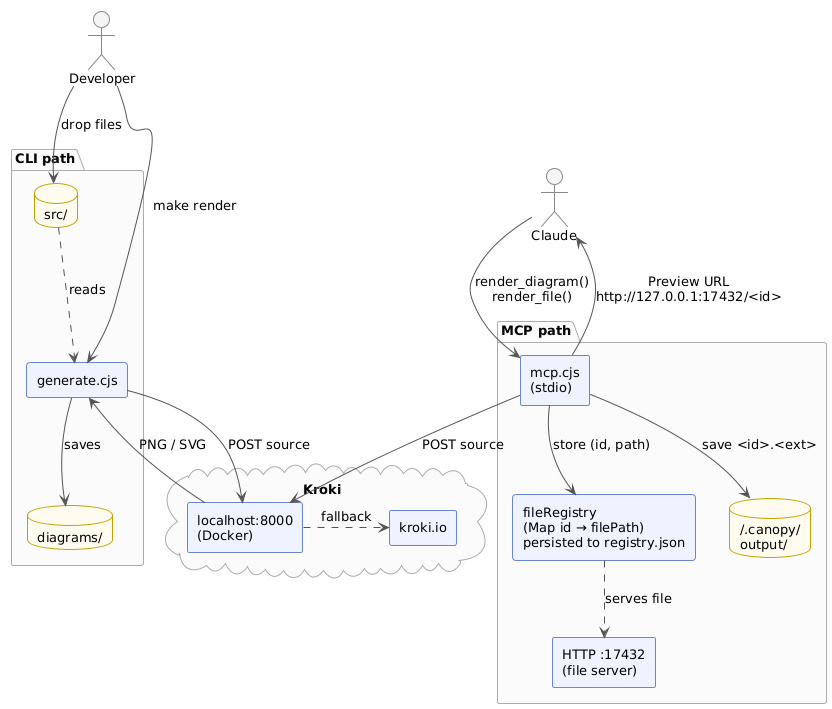
This is diagrams/public/architecture/overview.png from Dev-Dipesh/canopy, a PlantUML export, as it was before one commit.
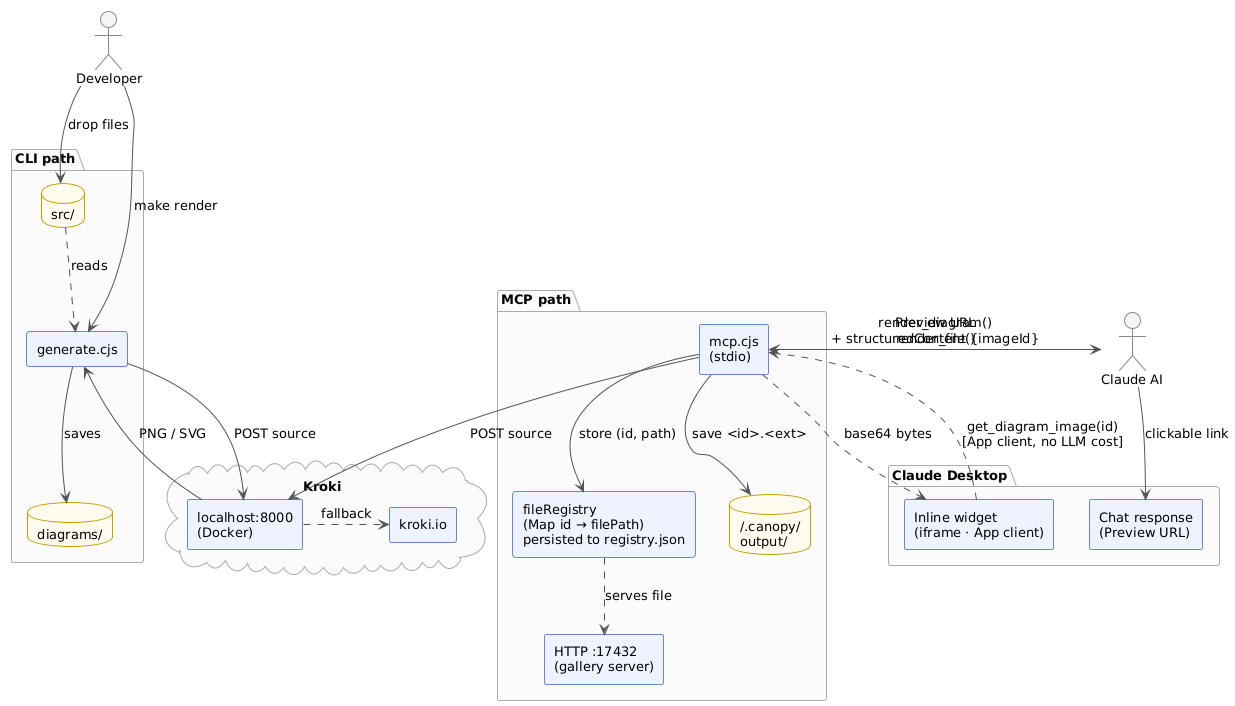
The same file after the commit.

Commit message:
docs: add screenshots, problem statement, and update architecture

What changed in the source:
```diff
@@ -18,7 +18,7 @@
 top to bottom direction
 
 actor "Developer" as dev
-actor "Claude" as ai
+actor "Claude AI" as ai
 
 package "CLI path" {
   database "src/" as src
@@ -30,7 +30,12 @@
   component "mcp.cjs\n(stdio)" as mcp
   component "fileRegistry\n(Map id → filePath)\npersisted to registry.json" as reg
   database "~/.canopy/\noutput/" as store
-  component "HTTP :17432\n(file server)" as http
+  component "HTTP :17432\n(gallery server)" as http
+}
+
+package "Claude Desktop" {
+  component "Chat response\n(Preview URL)" as chat
+  component "Inline widget\n(iframe · App client)" as widget
 }
 
 cloud "Kroki" as kroki {
@@ -50,6 +55,10 @@
 mcp --> local : POST source
 mcp --> store : save <id>.<ext>
 mcp --> reg : store (id, path)
+mcp --> ai : Preview URL\n+ structuredContent {imageId}
+ai --> chat : clickable link
 reg ..> http : serves file
-mcp --> ai : Preview URL\nhttp://127.0.0.1:17432/<id>
+
+widget ..> mcp : get_diagram_image(id)\n[App client, no LLM cost]
+mcp ..> widget : base64 bytes
 @enduml
```
